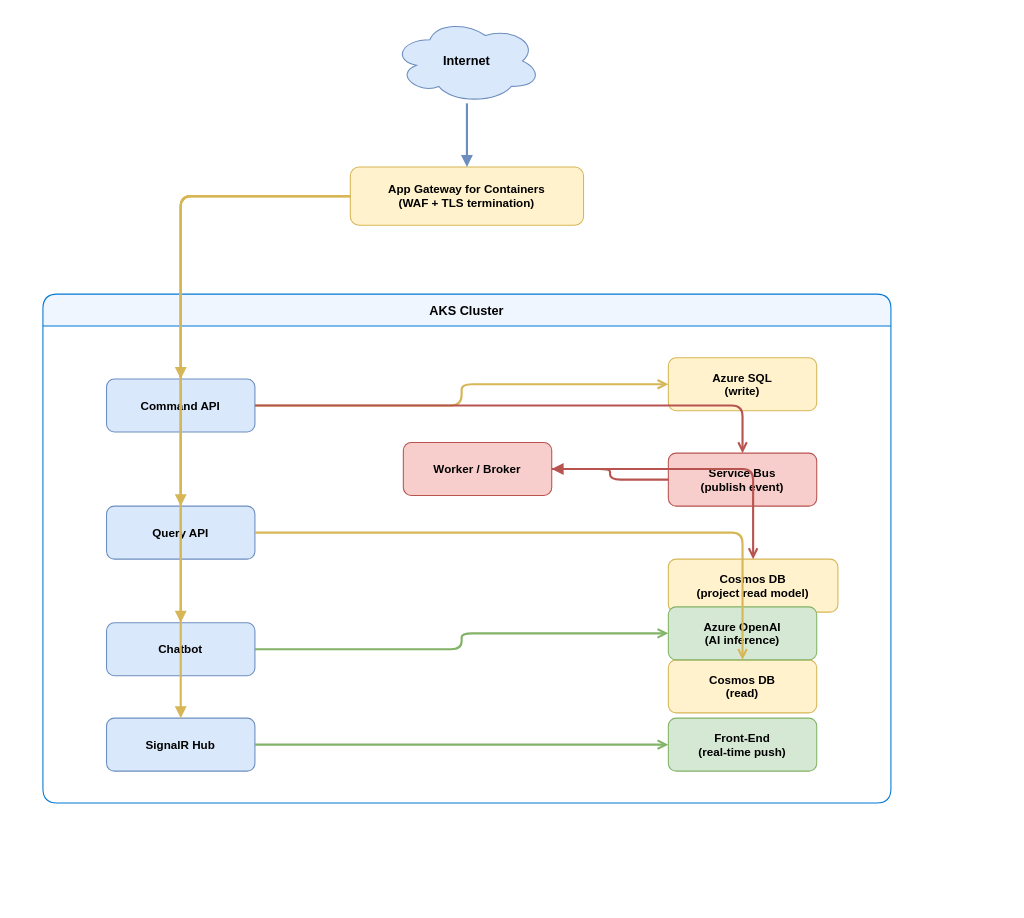
Above: iac/bicep/dataflow.drawio in azurecorner/LogCorner.EduSync.Speech (draw.io), before the change. Source tidied: cells renumbered, new cells numbered last; positions are measured from the earlier drawing's top-left corner, leaving out a move shared by most shapes. Both pictures are drawn from the tidied source at 106%, with x=0, y=0 at pixel (42, 18).
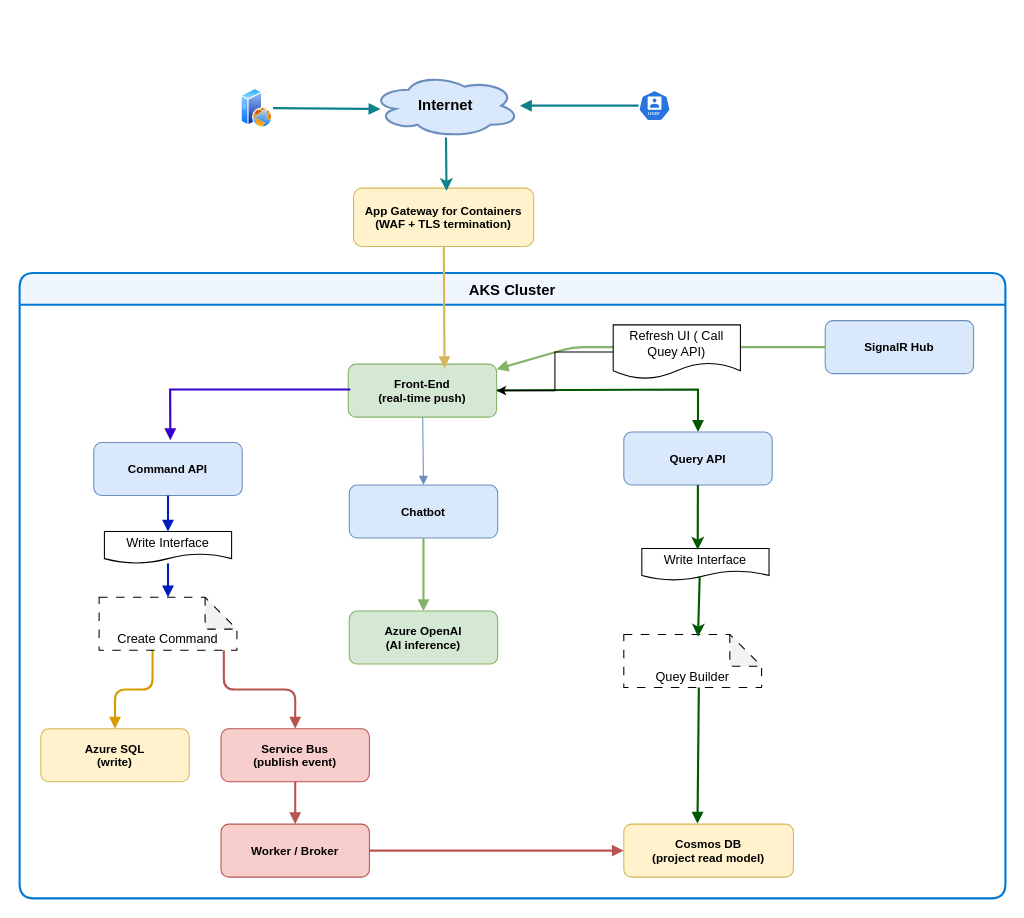
Above is the later version.

Commit message (it also covers changes not shown here):
add diagram architecture

What changed in the source:
```diff
@@
-    <mxCell id="2" value="Internet" style="shape=cloud;whiteSpace=wrap;html=1;fillColor=#dae8fc;strokeColor=#6c8ebf;fontStyle=1;fontSize=12;" parent="1" vertex="1">
-      <mxGeometry x="330" width="140" height="80" as="geometry" />
+    <mxCell id="2" value="&lt;font style=&quot;font-size: 14px;&quot;&gt;Internet&lt;/font&gt;" style="shape=cloud;whiteSpace=wrap;html=1;fillColor=#dae8fc;strokeColor=#6c8ebf;fontStyle=1;fontSize=12;strokeWidth=2;" parent="1" vertex="1">
+      <mxGeometry x="310" y="52.2" width="140" height="60" as="geometry" />
     </mxCell>
     <mxCell id="3" value="App Gateway for Containers&#10;(WAF + TLS termination)" style="rounded=1;fillColor=#fff2cc;strokeColor=#d6b656;fontStyle=1;fontSize=11;" parent="1" vertex="1">
-      <mxGeometry x="290" y="140" width="220" height="55" as="geometry" />
+      <mxGeometry x="293" y="160" width="170" height="55" as="geometry" />
     </mxCell>
-    <mxCell id="4" value="AKS Cluster" style="swimlane;startSize=30;fillColor=#EFF6FF;strokeColor=#0078D4;fontStyle=1;fontSize=12;rounded=1;" parent="1" vertex="1">
-      <mxGeometry y="260" width="800" height="480" as="geometry" />
+    <mxCell id="4" value="AKS Cluster" style="swimlane;startSize=30;fillColor=#EFF6FF;strokeColor=#0078D4;fontStyle=1;fontSize=14;rounded=1;strokeWidth=2;" parent="1" vertex="1">
+      <mxGeometry x="-22" y="240" width="930" height="590" as="geometry" />
     </mxCell>
     <mxCell id="5" value="Command API" style="rounded=1;fillColor=#dae8fc;strokeColor=#6c8ebf;fontStyle=1;fontSize=11;" parent="4" vertex="1">
-      <mxGeometry x="60" y="80" width="140" height="50" as="geometry" />
+      <mxGeometry x="70" y="160" width="140" height="50" as="geometry" />
     </mxCell>
-    <mxCell id="6" value="Query API" style="rounded=1;fillColor=#dae8fc;strokeColor=#6c8ebf;fontStyle=1;fontSize=11;" parent="4" vertex="1">
-      <mxGeometry x="60" y="200" width="140" height="50" as="geometry" />
-    </mxCell>
-    <mxCell id="7" value="Chatbot" style="rounded=1;fillColor=#dae8fc;strokeColor=#6c8ebf;fontStyle=1;fontSize=11;" parent="4" vertex="1">
-      <mxGeometry x="60" y="310" width="140" height="50" as="geometry" />
-    </mxCell>
-    <mxCell id="8" value="SignalR Hub" style="rounded=1;fillColor=#dae8fc;strokeColor=#6c8ebf;fontStyle=1;fontSize=11;" parent="4" vertex="1">
-      <mxGeometry x="60" y="400" width="140" height="50" as="geometry" />
-    </mxCell>
-    <mxCell id="9" value="Worker / Broker" style="rounded=1;fillColor=#f8cecc;strokeColor=#b85450;fontStyle=1;fontSize=11;" parent="4" vertex="1">
-      <mxGeometry x="340" y="140" width="140" height="50" as="geometry" />
-    </mxCell>
     <mxCell id="10" value="Azure SQL&#10;(write)" style="rounded=1;fillColor=#fff2cc;strokeColor=#d6b656;fontStyle=1;fontSize=11;" parent="4" vertex="1">
-      <mxGeometry x="590" y="60" width="140" height="50" as="geometry" />
+      <mxGeometry x="20" y="430" width="140" height="50" as="geometry" />
     </mxCell>
     <mxCell id="11" value="Service Bus&#10;(publish event)" style="rounded=1;fillColor=#f8cecc;strokeColor=#b85450;fontStyle=1;fontSize=11;" parent="4" vertex="1">
-      <mxGeometry x="590" y="150" width="140" height="50" as="geometry" />
+      <mxGeometry x="190" y="430" width="140" height="50" as="geometry" />
     </mxCell>
     <mxCell id="12" value="Cosmos DB&#10;(project read model)" style="rounded=1;fillColor=#fff2cc;strokeColor=#d6b656;fontStyle=1;fontSize=11;" parent="4" vertex="1">
-      <mxGeometry x="590" y="250" width="160" height="50" as="geometry" />
+      <mxGeometry x="570" y="520" width="160" height="50" as="geometry" />
     </mxCell>
-    <mxCell id="13" value="Cosmos DB&#10;(read)" style="rounded=1;fillColor=#fff2cc;strokeColor=#d6b656;fontStyle=1;fontSize=11;" parent="4" vertex="1">
-      <mxGeometry x="590" y="345" width="140" height="50" as="geometry" />
-    </mxCell>
-    <mxCell id="14" value="Azure OpenAI&#10;(AI inference)" style="rounded=1;fillColor=#d5e8d4;strokeColor=#82b366;fontStyle=1;fontSize=11;" parent="4" vertex="1">
-      <mxGeometry x="590" y="295" width="140" height="50" as="geometry" />
-    </mxCell>
-    <mxCell id="15" value="Front-End&#10;(real-time push)" style="rounded=1;fillColor=#d5e8d4;strokeColor=#82b366;fontStyle=1;fontSize=11;" parent="4" vertex="1">
-      <mxGeometry x="590" y="400" width="140" height="50" as="geometry" />
-    </mxCell>
-    <mxCell id="16" style="edgeStyle=orthogonalEdgeStyle;endArrow=open;endFill=0;strokeColor=#d6b656;strokeWidth=2;" parent="4" edge="1" source="5" target="10">
+    <mxCell id="16" style="edgeStyle=orthogonalEdgeStyle;endArrow=block;endFill=1;strokeColor=#d79b00;strokeWidth=2;exitX=0.388;exitY=1.004;exitDx=0;exitDy=0;exitPerimeter=0;fillColor=#ffe6cc;" parent="4" edge="1" source="30" target="10">
       <mxGeometry relative="1" as="geometry" />
     </mxCell>
-    <mxCell id="17" style="edgeStyle=orthogonalEdgeStyle;endArrow=open;endFill=0;strokeColor=#b85450;strokeWidth=2;" parent="4" edge="1" source="5" target="11">
+    <mxCell id="17" style="edgeStyle=orthogonalEdgeStyle;endArrow=block;endFill=1;strokeColor=#b85450;strokeWidth=2;exitX=0.905;exitY=0.996;exitDx=0;exitDy=0;exitPerimeter=0;" parent="4" edge="1" source="30" target="11">
       <mxGeometry relative="1" as="geometry" />
     </mxCell>
+    <mxCell id="28" value="Write Interface" style="shape=document;whiteSpace=wrap;html=1;boundedLbl=1;" parent="4" vertex="1">
+      <mxGeometry x="80" y="244" width="120" height="30" as="geometry" />
+    </mxCell>
+    <mxCell id="29" style="edgeStyle=orthogonalEdgeStyle;endArrow=block;endFill=1;strokeColor=#001DBC;strokeWidth=2;fillColor=#0050ef;" parent="4" edge="1" source="5" target="28">
+      <mxGeometry relative="1" as="geometry" />
+    </mxCell>
+    <mxCell id="30" value="&lt;div&gt;&lt;br&gt;&lt;/div&gt;&lt;div&gt;&lt;br&gt;&lt;/div&gt;Create Command" style="shape=note;whiteSpace=wrap;html=1;backgroundOutline=1;darkOpacity=0.05;dashed=1;dashPattern=8 8;" parent="4" vertex="1">
+      <mxGeometry x="75" y="306" width="130" height="50" as="geometry" />
+    </mxCell>
+    <mxCell id="9" value="Worker / Broker" style="rounded=1;fillColor=#f8cecc;strokeColor=#b85450;fontStyle=1;fontSize=11;" parent="4" vertex="1">
+      <mxGeometry x="190" y="520" width="140" height="50" as="geometry" />
+    </mxCell>
@@
-    <mxCell id="19" style="edgeStyle=orthogonalEdgeStyle;endArrow=open;endFill=0;strokeColor=#b85450;strokeWidth=2;" parent="4" edge="1" source="9" target="12">
+    <mxCell id="19" style="edgeStyle=orthogonalEdgeStyle;endArrow=block;endFill=1;strokeColor=#b85450;strokeWidth=2;" parent="4" edge="1" source="9" target="12">
       <mxGeometry relative="1" as="geometry" />
     </mxCell>
+    <mxCell id="6" value="Query API" style="rounded=1;fillColor=#dae8fc;strokeColor=#6c8ebf;fontStyle=1;fontSize=11;" parent="4" vertex="1">
+      <mxGeometry x="570" y="150" width="140" height="50" as="geometry" />
+    </mxCell>
+    <mxCell id="31" value="Write Interface" style="shape=document;whiteSpace=wrap;html=1;boundedLbl=1;" parent="4" vertex="1">
+      <mxGeometry x="587" y="260" width="120" height="30" as="geometry" />
+    </mxCell>
+    <mxCell id="32" value="&lt;div&gt;&lt;br&gt;&lt;/div&gt;&lt;div&gt;&lt;br&gt;&lt;/div&gt;Quey Builder" style="shape=note;whiteSpace=wrap;html=1;backgroundOutline=1;darkOpacity=0.05;dashed=1;dashPattern=8 8;" parent="4" vertex="1">
+      <mxGeometry x="570" y="341" width="130" height="50" as="geometry" />
+    </mxCell>
-    <mxCell id="20" style="edgeStyle=orthogonalEdgeStyle;endArrow=open;endFill=0;strokeColor=#d6b656;strokeWidth=2;" parent="4" edge="1" source="6" target="13">
-      <mxGeometry relative="1" as="geometry" />
+    <mxCell id="20" style="endArrow=block;endFill=1;strokeColor=#005700;strokeWidth=2;entryX=0.397;entryY=-0.009;entryDx=0;entryDy=0;entryPerimeter=0;fillColor=#008a00;" parent="4" edge="1">
+      <mxGeometry relative="1" as="geometry">
+        <mxPoint x="640.8" y="391" as="sourcePoint" />
+        <mxPoint x="639.5" y="519.5" as="targetPoint" />
+      </mxGeometry>
     </mxCell>
+    <mxCell id="33" style="rounded=0;jettySize=auto;html=1;endArrow=block;endFill=1;strokeColor=#005700;entryX=0.5;entryY=0;entryDx=0;entryDy=0;strokeWidth=2;fillColor=#008a00;" parent="4" edge="1" source="15" target="6">
+      <mxGeometry relative="1" as="geometry">
+        <Array as="points">
+          <mxPoint x="640" y="110" />
+        </Array>
+      </mxGeometry>
+    </mxCell>
+    <mxCell id="15" value="Front-End&#10;(real-time push)" style="rounded=1;fillColor=#d5e8d4;strokeColor=#82b366;fontStyle=1;fontSize=11;" parent="4" vertex="1">
+      <mxGeometry x="310" y="86" width="140" height="50" as="geometry" />
+    </mxCell>
+    <mxCell id="7" value="Chatbot" style="rounded=1;fillColor=#dae8fc;strokeColor=#6c8ebf;fontStyle=1;fontSize=11;" parent="4" vertex="1">
+      <mxGeometry x="311" y="200" width="140" height="50" as="geometry" />
+    </mxCell>
+    <mxCell id="14" value="Azure OpenAI&#10;(AI inference)" style="rounded=1;fillColor=#d5e8d4;strokeColor=#82b366;fontStyle=1;fontSize=11;" parent="4" vertex="1">
+      <mxGeometry x="311" y="319" width="140" height="50" as="geometry" />
+    </mxCell>
-    <mxCell id="21" style="edgeStyle=orthogonalEdgeStyle;endArrow=open;endFill=0;strokeColor=#82b366;strokeWidth=2;" parent="4" edge="1" source="7" target="14">
+    <mxCell id="21" style="endArrow=block;endFill=1;strokeColor=#82b366;strokeWidth=2;" parent="4" edge="1" source="7" target="14">
       <mxGeometry relative="1" as="geometry" />
     </mxCell>
+    <mxCell id="34" style="rounded=0;jettySize=auto;html=1;endArrow=block;endFill=1;strokeColor=#6c8ebf;entryX=0.5;entryY=0;entryDx=0;entryDy=0;" parent="4" edge="1" source="15" target="7">
+      <mxGeometry relative="1" as="geometry" />
+    </mxCell>
+    <mxCell id="35" style="rounded=0;orthogonalLoop=1;jettySize=auto;html=1;endArrow=block;endFill=1;strokeColor=#3700CC;entryX=0.437;entryY=-0.044;entryDx=0;entryDy=0;entryPerimeter=0;strokeWidth=2;fillColor=#6a00ff;" parent="4" edge="1">
+      <mxGeometry relative="1" as="geometry">
+        <mxPoint x="312" y="110" as="sourcePoint" />
+        <mxPoint x="142.2" y="157.8" as="targetPoint" />
+        <Array as="points">
+          <mxPoint x="142" y="110" />
+        </Array>
+      </mxGeometry>
+    </mxCell>
+    <mxCell id="8" value="SignalR Hub" style="rounded=1;fillColor=#dae8fc;strokeColor=#6c8ebf;fontStyle=1;fontSize=11;" parent="4" vertex="1">
+      <mxGeometry x="760" y="45" width="140" height="50" as="geometry" />
+    </mxCell>
-    <mxCell id="22" style="edgeStyle=orthogonalEdgeStyle;endArrow=open;endFill=0;strokeColor=#82b366;strokeWidth=2;" parent="4" edge="1" source="8" target="15">
-      <mxGeometry relative="1" as="geometry" />
+    <mxCell id="22" style="endArrow=block;endFill=1;strokeColor=#82b366;strokeWidth=2;" parent="4" edge="1" source="8" target="15">
+      <mxGeometry relative="1" as="geometry">
+        <Array as="points">
+          <mxPoint x="522" y="70" />
+        </Array>
+      </mxGeometry>
     </mxCell>
+    <mxCell id="36" style="rounded=0;jettySize=auto;html=1;endArrow=block;endFill=1;strokeColor=#001DBC;entryX=0.5;entryY=0;entryDx=0;entryDy=0;entryPerimeter=0;strokeWidth=2;fillColor=#0050ef;" parent="4" edge="1" source="28" target="30">
+      <mxGeometry relative="1" as="geometry" />
+    </mxCell>
+    <mxCell id="37" style="edgeStyle=orthogonalEdgeStyle;rounded=0;jettySize=auto;html=1;" parent="4" edge="1" source="38" target="15">
+      <mxGeometry relative="1" as="geometry" />
+    </mxCell>
+    <mxCell id="38" value="Refresh UI ( Call Quey API)" style="shape=document;whiteSpace=wrap;html=1;boundedLbl=1;" parent="4" vertex="1">
+      <mxGeometry x="560" y="49" width="120" height="51" as="geometry" />
+    </mxCell>
+    <mxCell id="39" style="edgeStyle=none;rounded=0;orthogonalLoop=1;jettySize=auto;html=1;entryX=0.439;entryY=0.17;entryDx=0;entryDy=0;entryPerimeter=0;strokeWidth=2;fillColor=#008a00;strokeColor=#005700;" parent="4" edge="1">
+      <mxGeometry relative="1" as="geometry">
+        <mxPoint x="639.9" y="200" as="sourcePoint" />
+        <mxPoint x="639.7" y="261.1" as="targetPoint" />
+      </mxGeometry>
+    </mxCell>
+    <mxCell id="40" style="edgeStyle=none;rounded=0;orthogonalLoop=1;jettySize=auto;html=1;entryX=0.577;entryY=0.042;entryDx=0;entryDy=0;entryPerimeter=0;strokeWidth=2;strokeColor=#005700;fillColor=#008a00;" parent="4" edge="1">
+      <mxGeometry relative="1" as="geometry">
+        <mxPoint x="641.6" y="286" as="sourcePoint" />
+        <mxPoint x="640" y="343.1" as="targetPoint" />
+      </mxGeometry>
+    </mxCell>
+    <mxCell id="25" style="endArrow=block;endFill=1;strokeColor=#d6b656;strokeWidth=2;entryX=0.649;entryY=0.076;entryDx=0;entryDy=0;entryPerimeter=0;" parent="1" edge="1" source="3" target="15">
+      <mxGeometry relative="1" as="geometry" />
+    </mxCell>
+    <mxCell id="41" style="sketch=0;html=1;dashed=0;whitespace=wrap;verticalLabelPosition=bottom;verticalAlign=top;fillColor=#2875E2;strokeColor=#ffffff;points=[[0.005,0.63,0],[0.1,0.2,0],[0.9,0.2,0],[0.5,0,0],[0.995,0.63,0],[0.72,0.99,0],[0.5,1,0],[0.28,0.99,0]];shape=mxgraph.kubernetes.icon2;kubernetesLabel=1;prIcon=user;" parent="1" vertex="1">
+      <mxGeometry x="562" y="67.8" width="30" height="28.8" as="geometry" />
+    </mxCell>
+    <mxCell id="42" style="image;perimeter=ellipsePerimeter;html=1;align=center;shadow=0;dashed=0;spacingTop=3;image=img/lib/active_directory/web_server.svg;" parent="1" vertex="1">
+      <mxGeometry x="187" y="65.8" width="30" height="37.5" as="geometry" />
+    </mxCell>
+    <mxCell id="43" style="rounded=0;jettySize=auto;html=1;endArrow=block;endFill=1;strokeColor=#0e8088;strokeWidth=2;fillColor=#b0e3e6;" parent="1" edge="1" source="41" target="2">
+      <mxGeometry relative="1" as="geometry" />
+    </mxCell>
+    <mxCell id="44" style="rounded=0;jettySize=auto;html=1;endArrow=block;endFill=1;strokeColor=#0e8088;entryX=0.16;entryY=0.55;entryDx=0;entryDy=0;entryPerimeter=0;strokeWidth=2;exitX=1;exitY=0.5;exitDx=0;exitDy=0;fillColor=#b0e3e6;" parent="1" edge="1" source="42">
+      <mxGeometry relative="1" as="geometry">
+        <mxPoint x="318.4" y="85.3" as="targetPoint" />
+      </mxGeometry>
+    </mxCell>
-    <mxCell id="23" style="edgeStyle=orthogonalEdgeStyle;endArrow=block;endFill=1;strokeColor=#6c8ebf;strokeWidth=2;" parent="1" edge="1" source="2" target="3">
+    <mxCell id="23" style="edgeStyle=none;rounded=0;jettySize=auto;html=1;entryX=0.516;entryY=0.048;entryDx=0;entryDy=0;entryPerimeter=0;strokeWidth=2;fillColor=#b0e3e6;strokeColor=#0e8088;" parent="1" edge="1" source="2" target="3">
       <mxGeometry relative="1" as="geometry" />
     </mxCell>
-    <mxCell id="24" style="edgeStyle=orthogonalEdgeStyle;endArrow=block;endFill=1;strokeColor=#d6b656;strokeWidth=2;" parent="1" edge="1" source="3" target="5">
-      <mxGeometry relative="1" as="geometry" />
-    </mxCell>
-    <mxCell id="25" style="edgeStyle=orthogonalEdgeStyle;endArrow=block;endFill=1;strokeColor=#d6b656;strokeWidth=2;" parent="1" edge="1" source="3" target="6">
-      <mxGeometry relative="1" as="geometry" />
-    </mxCell>
-    <mxCell id="26" style="edgeStyle=orthogonalEdgeStyle;endArrow=block;endFill=1;strokeColor=#d6b656;strokeWidth=2;" parent="1" edge="1" source="3" target="7">
-      <mxGeometry relative="1" as="geometry" />
-    </mxCell>
-    <mxCell id="27" style="edgeStyle=orthogonalEdgeStyle;endArrow=block;endFill=1;strokeColor=#d6b656;strokeWidth=2;" parent="1" edge="1" source="3" target="8">
-      <mxGeometry relative="1" as="geometry" />
-    </mxCell>
```
